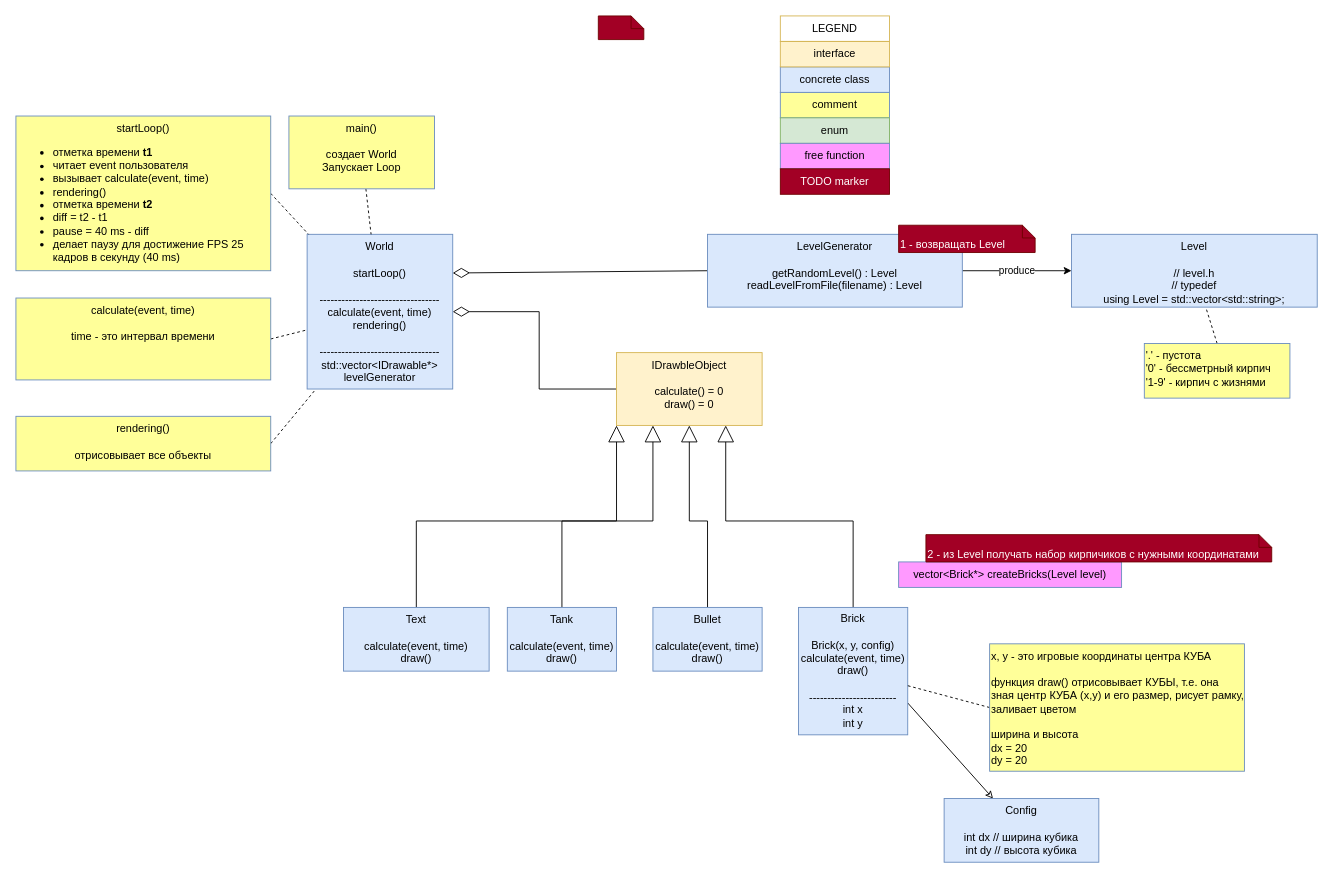
ProgProgrammer/tanks2 keeps this draw.io diagram as page "Page-1" (1 of 3) of TankUML.drawio. Above is the earlier version. Source tidied: cells renumbered, new cells numbered last; positions are measured from the earlier drawing's top-left corner, leaving out a move shared by most shapes. Both pictures are drawn from the tidied source at 91%, with x=0, y=0 at pixel (15, 15).
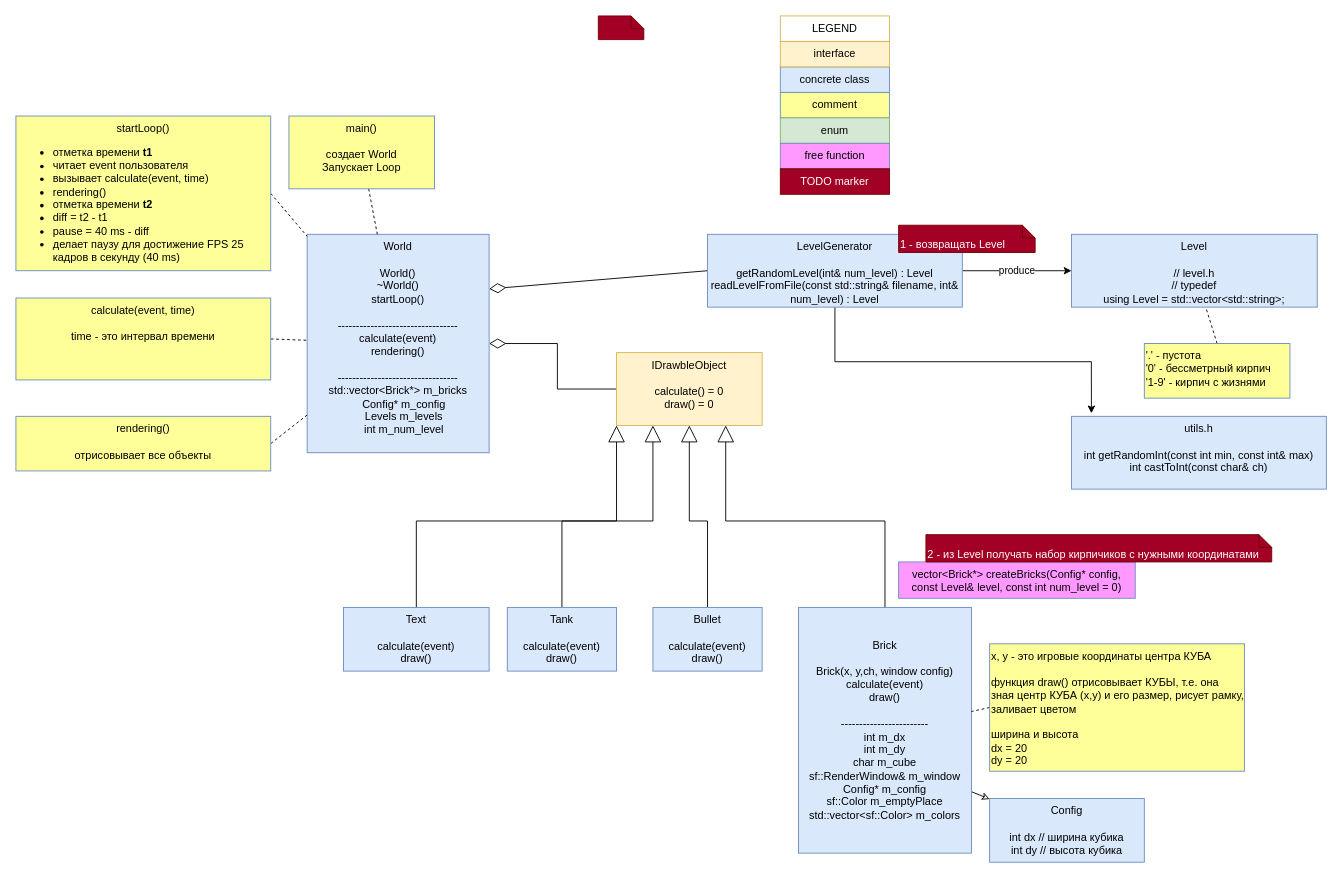
The same page after the edit.

Commit message (it also covers changes not shown here):
Changed TankUML file to the Tanks2 project

Change to the diagram source:
```diff
@@
-    <mxCell id="2" value="World&lt;br&gt;&lt;br&gt;startLoop()&lt;br&gt;&lt;br&gt;---------------------------------&lt;br&gt;calculate(event, time)&lt;br&gt;rendering()&lt;br&gt;&lt;br&gt;---------------------------------&lt;br&gt;std::vector&amp;lt;IDrawable*&amp;gt;&lt;br&gt;levelGenerator" style="rounded=0;whiteSpace=wrap;html=1;verticalAlign=top;fillColor=#dae8fc;strokeColor=#6c8ebf;" parent="1" vertex="1">
-      <mxGeometry x="320" y="240" width="160" height="170" as="geometry" />
+    <mxCell id="2" value="World&lt;br&gt;&lt;br&gt;&lt;div&gt;World()&lt;/div&gt;&lt;div&gt;&lt;span style=&quot;background-color: initial;&quot;&gt;~World()&lt;/span&gt;&lt;/div&gt;startLoop()&lt;br&gt;&lt;br&gt;---------------------------------&lt;br&gt;calculate(event)&lt;br&gt;rendering()&lt;br&gt;&lt;br&gt;---------------------------------&lt;br&gt;&lt;div&gt;std::vector&amp;lt;Brick*&amp;gt; m_bricks&lt;/div&gt;&lt;div&gt;&amp;nbsp; &amp;nbsp; Config* m_config&lt;/div&gt;&lt;div&gt;&amp;nbsp; &amp;nbsp; Levels m_levels&lt;/div&gt;&lt;div&gt;&amp;nbsp; &amp;nbsp; int m_num_level&lt;/div&gt;" style="rounded=0;whiteSpace=wrap;html=1;verticalAlign=top;fillColor=#dae8fc;strokeColor=#6c8ebf;" parent="1" vertex="1">
+      <mxGeometry x="320" y="240" width="200" height="240" as="geometry" />
     </mxCell>
@@
-    <mxCell id="6" value="Tank&lt;br&gt;&lt;br&gt;calculate(event, time)&lt;br&gt;draw()" style="rounded=0;whiteSpace=wrap;html=1;verticalAlign=middle;fillColor=#dae8fc;strokeColor=#6c8ebf;" parent="1" vertex="1">
+    <mxCell id="6" value="Tank&lt;br&gt;&lt;br&gt;calculate(event)&lt;br&gt;draw()" style="rounded=0;whiteSpace=wrap;html=1;verticalAlign=middle;fillColor=#dae8fc;strokeColor=#6c8ebf;" parent="1" vertex="1">
       <mxGeometry x="540" y="650" width="120" height="70" as="geometry" />
     </mxCell>
@@
-    <mxCell id="8" value="Bullet&lt;br&gt;&lt;br&gt;calculate(event, time)&lt;br&gt;draw()" style="rounded=0;whiteSpace=wrap;html=1;verticalAlign=middle;fillColor=#dae8fc;strokeColor=#6c8ebf;" parent="1" vertex="1">
+    <mxCell id="8" value="Bullet&lt;br&gt;&lt;br&gt;calculate(event)&lt;br&gt;draw()" style="rounded=0;whiteSpace=wrap;html=1;verticalAlign=middle;fillColor=#dae8fc;strokeColor=#6c8ebf;" parent="1" vertex="1">
       <mxGeometry x="700" y="650" width="120" height="70" as="geometry" />
     </mxCell>
@@
-    <mxCell id="11" value="Brick&lt;br&gt;&lt;br&gt;Brick(x, y, config)&lt;br&gt;calculate(event, time)&lt;br&gt;draw()&lt;br&gt;&lt;br&gt;------------------------&lt;br&gt;int x&lt;br&gt;int y" style="rounded=0;whiteSpace=wrap;html=1;verticalAlign=middle;fillColor=#dae8fc;strokeColor=#6c8ebf;" parent="1" vertex="1">
-      <mxGeometry x="860" y="650" width="120" height="140" as="geometry" />
+    <mxCell id="11" value="Brick&lt;br&gt;&lt;br&gt;Brick(x, y,ch, window config)&lt;br&gt;calculate(event)&lt;br&gt;draw()&lt;br&gt;&lt;br&gt;------------------------&lt;br&gt;int m_dx&lt;br&gt;int m_dy&lt;br&gt;char m_cube&lt;br&gt;sf::RenderWindow&amp;amp; m_window&lt;br&gt;Config* m_config&lt;br&gt;sf::Color m_emptyPlace&lt;br&gt;std::vector&amp;lt;sf::Color&amp;gt; m_colors" style="rounded=0;whiteSpace=wrap;html=1;verticalAlign=middle;fillColor=#dae8fc;strokeColor=#6c8ebf;" parent="1" vertex="1">
+      <mxGeometry x="860" y="650" width="190" height="270" as="geometry" />
     </mxCell>
@@
-    <mxCell id="13" value="Text&lt;br&gt;&lt;br&gt;calculate(event, time)&lt;br&gt;draw()" style="rounded=0;whiteSpace=wrap;html=1;verticalAlign=middle;fillColor=#dae8fc;strokeColor=#6c8ebf;" parent="1" vertex="1">
+    <mxCell id="13" value="Text&lt;br&gt;&lt;br&gt;calculate(event)&lt;br&gt;draw()" style="rounded=0;whiteSpace=wrap;html=1;verticalAlign=middle;fillColor=#dae8fc;strokeColor=#6c8ebf;" parent="1" vertex="1">
       <mxGeometry x="360" y="650" width="160" height="70" as="geometry" />
     </mxCell>
@@
+    <mxCell id="42" style="edgeStyle=orthogonalEdgeStyle;rounded=0;jettySize=auto;html=1;exitX=0.5;exitY=1;exitDx=0;exitDy=0;entryX=0.078;entryY=-0.042;entryDx=0;entryDy=0;entryPerimeter=0;" parent="1" edge="1" source="32" target="43">
+      <mxGeometry relative="1" as="geometry" />
+    </mxCell>
-    <mxCell id="32" value="LevelGenerator&lt;br&gt;&lt;br&gt;getRandomLevel() : Level&lt;br&gt;readLevelFromFile(filename) : Level" style="whiteSpace=wrap;html=1;fillColor=#dae8fc;strokeColor=#6c8ebf;align=center;verticalAlign=top;labelBackgroundColor=none;rounded=0;" parent="1" vertex="1">
+    <mxCell id="32" value="LevelGenerator&lt;br&gt;&lt;br&gt;getRandomLevel(int&amp;amp; num_level) : Level&lt;br&gt;readLevelFromFile(const std::string&amp;amp; filename, int&amp;amp; num_level) : Level" style="whiteSpace=wrap;html=1;fillColor=#dae8fc;strokeColor=#6c8ebf;align=center;verticalAlign=top;labelBackgroundColor=none;rounded=0;" parent="1" vertex="1">
       <mxGeometry x="760" y="240" width="280" height="80" as="geometry" />
     </mxCell>
@@
     <mxCell id="38" value="Config&lt;br&gt;&lt;br&gt;int dx // ширина кубика&lt;br&gt;int dy // высота кубика" style="whiteSpace=wrap;html=1;fillColor=#dae8fc;strokeColor=#6c8ebf;align=center;verticalAlign=top;labelBackgroundColor=none;rounded=0;" parent="1" vertex="1">
-      <mxGeometry x="1020" y="860" width="170" height="70" as="geometry" />
+      <mxGeometry x="1070" y="860" width="170" height="70" as="geometry" />
     </mxCell>
-    <mxCell id="39" value="vector&amp;lt;Brick*&amp;gt; createBricks(Level level)" style="rounded=0;whiteSpace=wrap;html=1;fillColor=#FF99FF;strokeColor=#6c8ebf;verticalAlign=top;" parent="1" vertex="1">
-      <mxGeometry x="970" y="600" width="245" height="28" as="geometry" />
+    <mxCell id="39" value="vector&amp;lt;Brick*&amp;gt; createBricks(Config* config, const Level&amp;amp; level, const int num_level = 0)" style="rounded=0;whiteSpace=wrap;html=1;fillColor=#FF99FF;strokeColor=#6c8ebf;verticalAlign=top;" parent="1" vertex="1">
+      <mxGeometry x="970" y="600" width="260" height="40" as="geometry" />
     </mxCell>
@@
+    <mxCell id="43" value="utils.h&lt;br&gt;&lt;br&gt;int getRandomInt(const int min, const int&amp;amp; max)&lt;br&gt;int castToInt(const char&amp;amp; ch)" style="whiteSpace=wrap;html=1;fillColor=#dae8fc;strokeColor=#6c8ebf;align=center;verticalAlign=top;labelBackgroundColor=none;rounded=0;" parent="1" vertex="1">
+      <mxGeometry x="1160" y="440" width="280" height="80" as="geometry" />
+    </mxCell>
```
